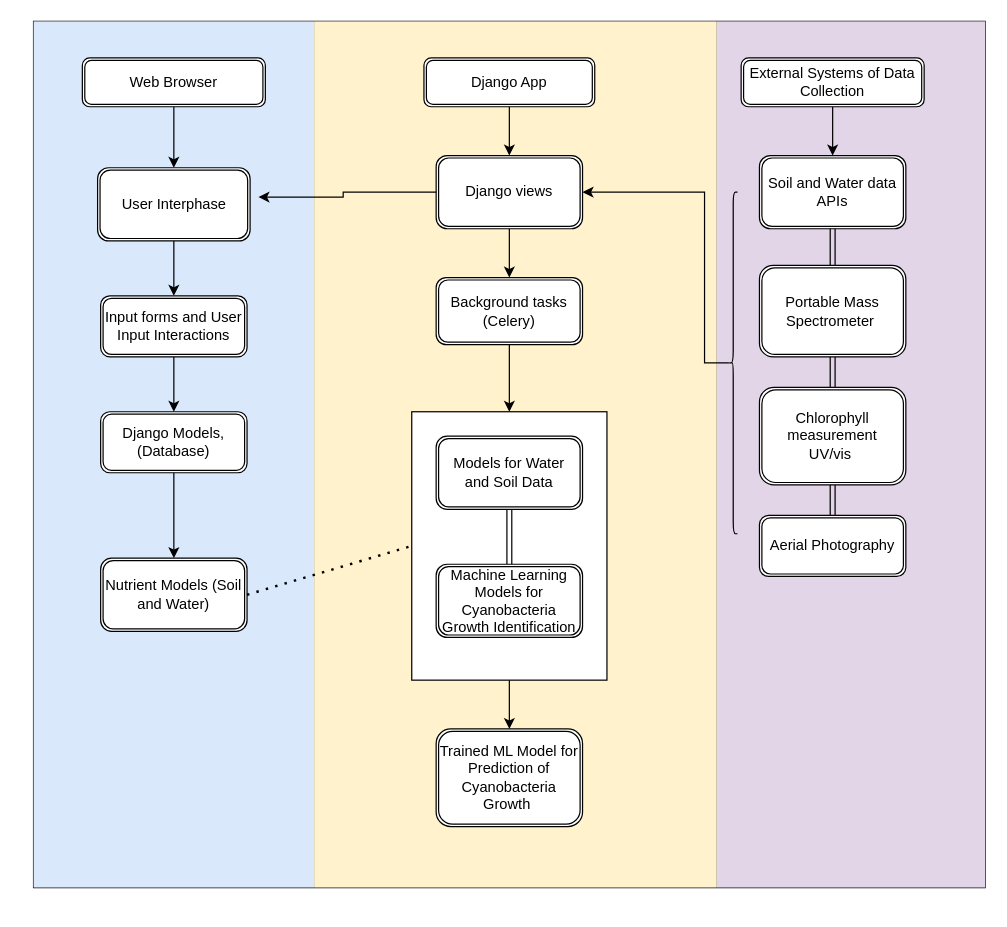
Before: Untitled Diagram.drawio in Yolanys06/Yolanys06.github.io, a draw.io diagram. Source tidied: cells renumbered, new cells numbered last; positions are measured from the earlier drawing's top-left corner, leaving out a move shared by most shapes. Both pictures are drawn from the tidied source at 122%, with x=0, y=0 at pixel (33, 21).
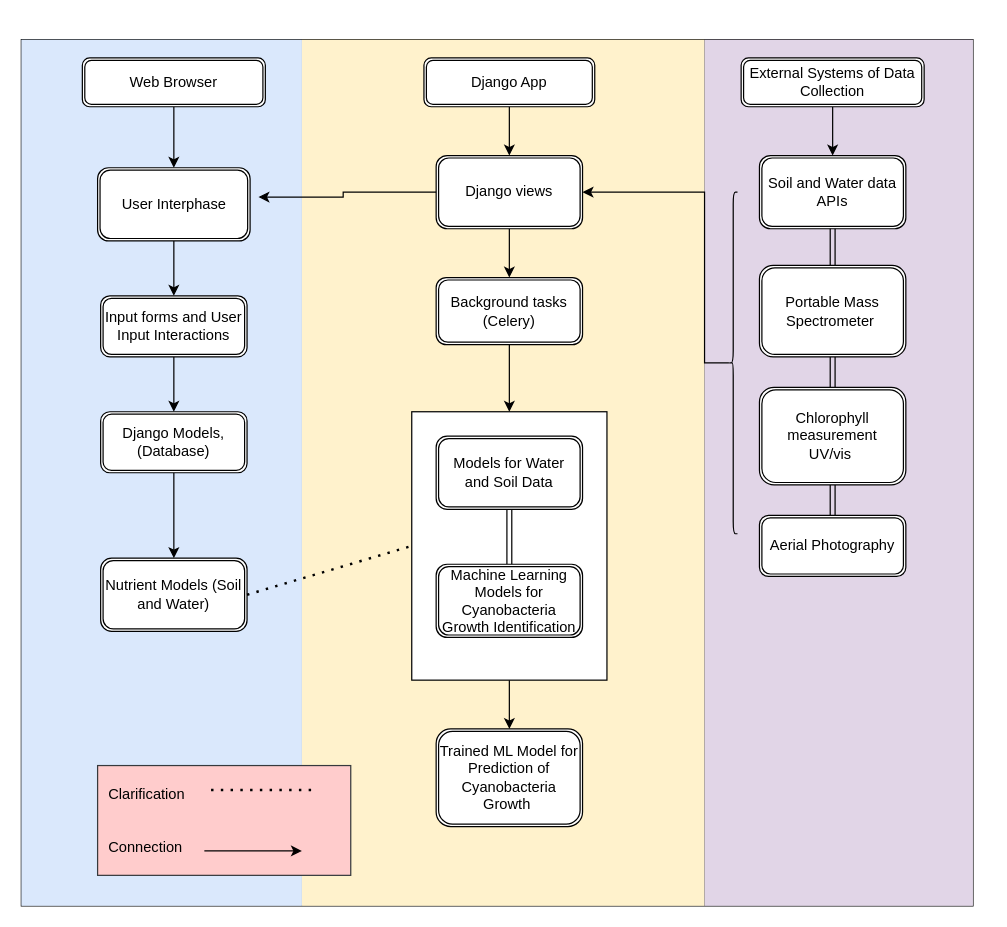
The same page after the edit.

Change to the diagram source:
```diff
@@
     <mxCell id="2" style="shape=table;startSize=0;childLayout=tableLayout;" parent="1" vertex="1">
-      <mxGeometry width="780" height="710" as="geometry" />
+      <mxGeometry x="-10" y="15" width="780" height="710" as="geometry" />
     </mxCell>
@@
+    <mxCell id="41" value="&amp;nbsp; Clarification&lt;br&gt;&lt;br&gt;&lt;br&gt;&amp;nbsp; Connection" style="rounded=0;whiteSpace=wrap;html=1;align=left;fillColor=#ffcccc;strokeColor=#36393d;" parent="1" vertex="1">
+      <mxGeometry x="52.5" y="610" width="207.5" height="90" as="geometry" />
+    </mxCell>
+    <mxCell id="42" style="endArrow=none;dashed=1;html=1;dashPattern=1 3;strokeWidth=2;rounded=0;" parent="1" edge="1">
+      <mxGeometry relative="1" as="geometry">
+        <mxPoint x="227.5" y="630" as="sourcePoint" />
+        <mxPoint x="140" y="630" as="targetPoint" />
+      </mxGeometry>
+    </mxCell>
+    <mxCell id="43" style="endArrow=classic;html=1;rounded=0;entryX=0.807;entryY=0.778;entryDx=0;entryDy=0;entryPerimeter=0;" parent="1" edge="1" target="41">
+      <mxGeometry relative="1" as="geometry">
+        <mxPoint x="140" y="680" as="sourcePoint" />
+      </mxGeometry>
+    </mxCell>
```
